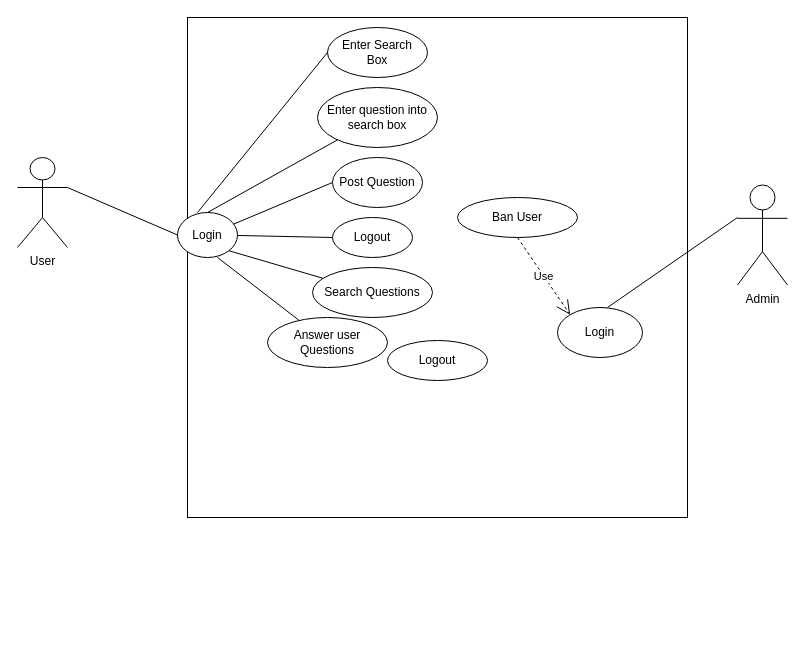
Above: Untitled Diagram.drawio in siye-b/wits-overflow (draw.io), before the change. Source tidied: cells renumbered, new cells numbered last; positions are measured from the earlier drawing's top-left corner, leaving out a move shared by most shapes. Both pictures are drawn from the tidied source at 100%, with x=0, y=0 at pixel (17, 17).
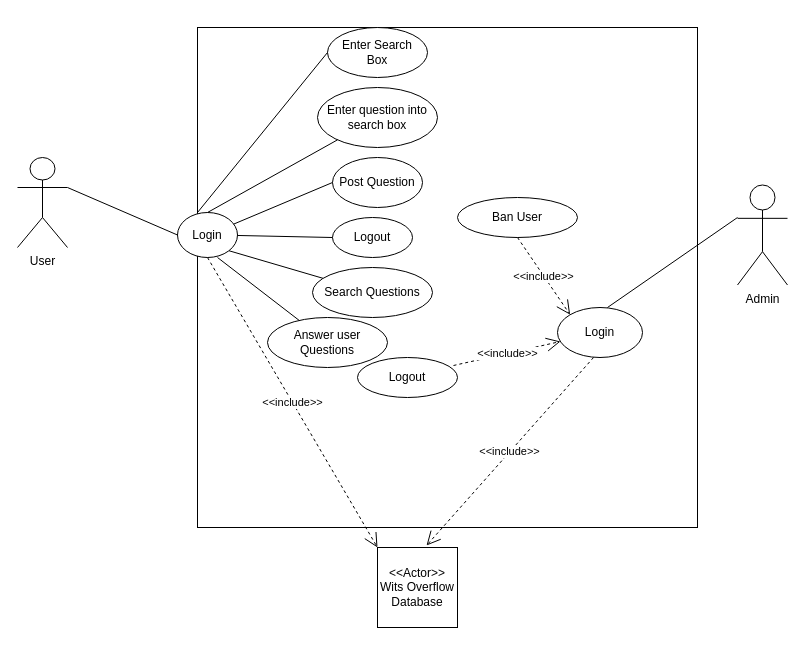
The same page after the edit.

The change refers to these unchanged cells:
```xml
<mxCell id="6" value="Login" style="ellipse;whiteSpace=wrap;html=1;" parent="1" vertex="1">
  <mxGeometry x="160" y="195" width="60" height="45" as="geometry" />
</mxCell>
<mxCell id="19" value="Ban User" style="ellipse;whiteSpace=wrap;html=1;" parent="1" vertex="1">
  <mxGeometry x="440" y="180" width="120" height="40" as="geometry" />
</mxCell>
<mxCell id="21" value="Login" style="ellipse;whiteSpace=wrap;html=1;" parent="1" vertex="1">
  <mxGeometry x="540" y="290" width="85" height="50" as="geometry" />
</mxCell>
```

Change to the diagram source:
```diff
@@
-    <mxCell id="4" style="edgeStyle=orthogonalEdgeStyle;rounded=0;jettySize=auto;html=1;exitX=0.5;exitY=1;exitDx=0;exitDy=0;" parent="1" edge="1" source="5">
-      <mxGeometry relative="1" as="geometry">
-        <mxPoint x="390" y="480" as="targetPoint" />
-      </mxGeometry>
-    </mxCell>
     <mxCell id="5" style="whiteSpace=wrap;html=1;" parent="1" vertex="1">
-      <mxGeometry x="170" width="500" height="500" as="geometry" />
+      <mxGeometry x="180" y="10" width="500" height="500" as="geometry" />
     </mxCell>
@@
     <mxCell id="20" value="Logout" style="ellipse;whiteSpace=wrap;html=1;" parent="1" vertex="1">
-      <mxGeometry x="370" y="323" width="100" height="40" as="geometry" />
+      <mxGeometry x="340" y="340" width="100" height="40" as="geometry" />
     </mxCell>
@@
-    <mxCell id="23" value="Use" style="endArrow=open;endSize=12;dashed=1;html=1;entryX=0;entryY=0;entryDx=0;entryDy=0;exitX=0.5;exitY=1;exitDx=0;exitDy=0;" parent="1" edge="1" source="19" target="21">
+    <mxCell id="23" value="&amp;lt;&amp;lt;include&amp;gt;&amp;gt;" style="endArrow=open;endSize=12;dashed=1;html=1;entryX=0;entryY=0;entryDx=0;entryDy=0;exitX=0.5;exitY=1;exitDx=0;exitDy=0;" parent="1" edge="1" source="19" target="21">
       <mxGeometry relative="1" as="geometry" />
     </mxCell>
@@
+    <mxCell id="25" value="&amp;lt;&amp;lt;include&amp;gt;&amp;gt;" style="endArrow=open;endSize=12;dashed=1;html=1;entryX=0.035;entryY=0.68;entryDx=0;entryDy=0;entryPerimeter=0;exitX=0.96;exitY=0.2;exitDx=0;exitDy=0;exitPerimeter=0;" parent="1" edge="1" source="20" target="21">
+      <mxGeometry relative="1" as="geometry" />
+    </mxCell>
+    <mxCell id="26" value="&lt;div&gt;&amp;lt;&amp;lt;Actor&amp;gt;&amp;gt;&lt;/div&gt;&lt;div&gt;Wits Overflow &lt;br&gt;&lt;/div&gt;&lt;div&gt;Database&lt;br&gt;&lt;/div&gt;" style="whiteSpace=wrap;html=1;" parent="1" vertex="1">
+      <mxGeometry x="360" y="530" width="80" height="80" as="geometry" />
+    </mxCell>
+    <mxCell id="27" value="&amp;lt;&amp;lt;include&amp;gt;&amp;gt;" style="endArrow=open;endSize=12;dashed=1;html=1;entryX=0.613;entryY=-0.025;entryDx=0;entryDy=0;entryPerimeter=0;exitX=0.424;exitY=1;exitDx=0;exitDy=0;exitPerimeter=0;" parent="1" edge="1" source="21" target="26">
+      <mxGeometry relative="1" as="geometry" />
+    </mxCell>
+    <mxCell id="28" value="&amp;lt;&amp;lt;include&amp;gt;&amp;gt;" style="endArrow=open;endSize=12;dashed=1;html=1;exitX=0.5;exitY=1;exitDx=0;exitDy=0;entryX=0;entryY=0;entryDx=0;entryDy=0;" parent="1" edge="1" source="6" target="26">
+      <mxGeometry relative="1" as="geometry" />
+    </mxCell>
```
